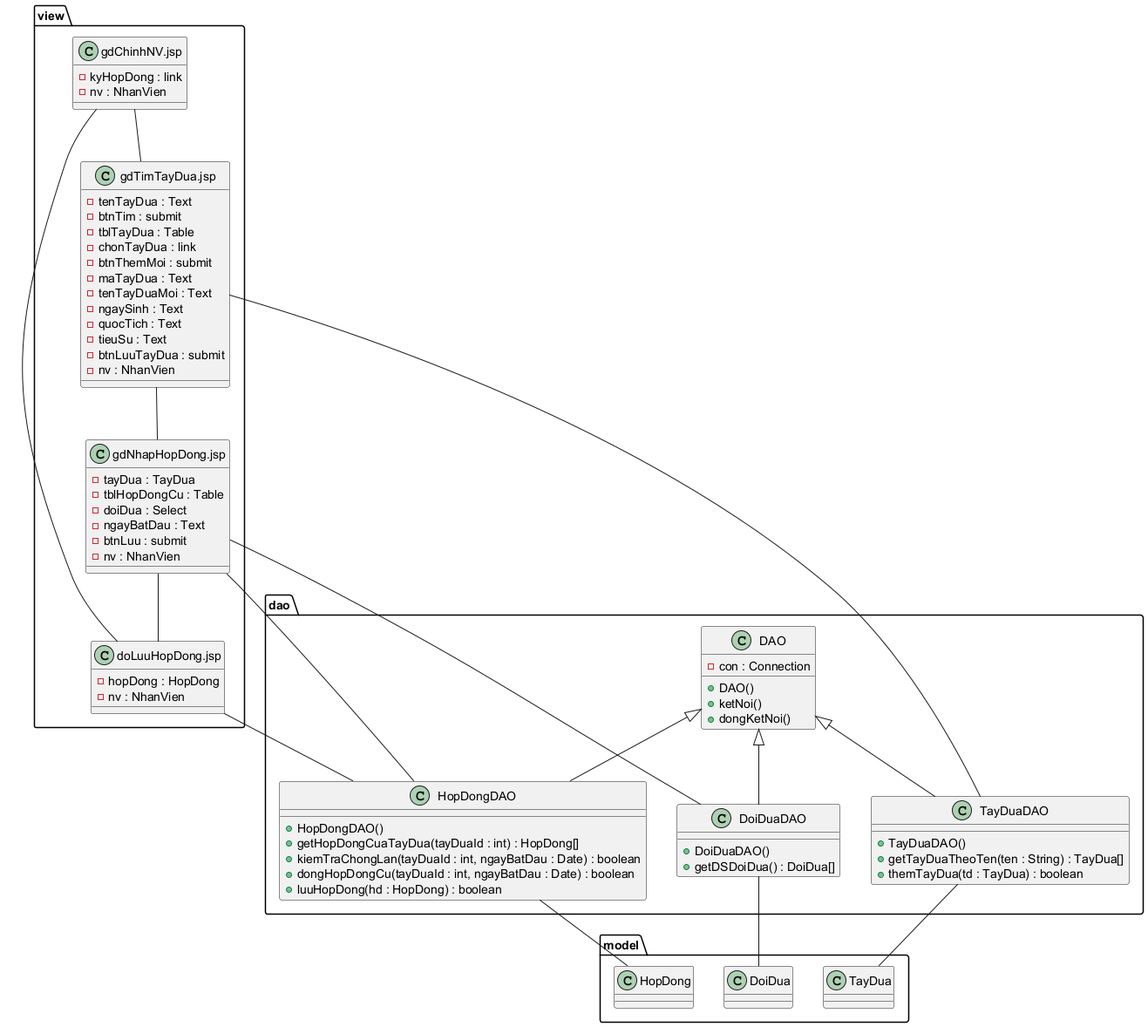
The PlantUML diagram Module 1 - Quan/hinh/ref/5-bieu-do-lop-thiet-ke-view-dao-model.png in 7gho/CNPM-He2026, before a commit. Source of this version:
```plantuml
@startuml
package view {
  class "gdChinhNV.jsp" as gdChinhNV {
    -kyHopDong : link
    -nv : NhanVien
  }
  class "gdTimTayDua.jsp" as gdTimTayDua {
    -tenTayDua : Text
    -btnTim : submit
    -tblTayDua : Table
    -chonTayDua : link
    -btnThemMoi : submit
    -maTayDua : Text
    -tenTayDuaMoi : Text
    -ngaySinh : Text
    -quocTich : Text
    -tieuSu : Text
    -btnLuuTayDua : submit
    -nv : NhanVien
  }
  class "gdNhapHopDong.jsp" as gdNhapHopDong {
    -tayDua : TayDua
    -tblHopDongCu : Table
    -doiDua : Select
    -ngayBatDau : Text
    -btnLuu : submit
    -nv : NhanVien
  }
  class "doLuuHopDong.jsp" as doLuuHopDong {
    -hopDong : HopDong
    -nv : NhanVien
  }
}
package dao {
  class DAO {
    -con : Connection
    +DAO()
    +ketNoi()
    +dongKetNoi()
  }
  class TayDuaDAO {
    +TayDuaDAO()
    +getTayDuaTheoTen(ten : String) : TayDua[]
    +themTayDua(td : TayDua) : boolean
  }
  class DoiDuaDAO {
    +DoiDuaDAO()
    +getDSDoiDua() : DoiDua[]
  }
  class HopDongDAO {
    +HopDongDAO()
    +getHopDongCuaTayDua(tayDuaId : int) : HopDong[]
    +kiemTraChongLan(tayDuaId : int, ngayBatDau : Date) : boolean
    +dongHopDongCu(tayDuaId : int, ngayBatDau : Date) : boolean
    +luuHopDong(hd : HopDong) : boolean
  }
}
package model {
  class TayDua
  class DoiDua
  class HopDong
}
DAO <|-- TayDuaDAO
DAO <|-- DoiDuaDAO
DAO <|-- HopDongDAO
gdChinhNV -- gdTimTayDua
gdTimTayDua -- TayDuaDAO
gdTimTayDua -- gdNhapHopDong
gdNhapHopDong -- DoiDuaDAO
gdNhapHopDong -- HopDongDAO
gdNhapHopDong -- doLuuHopDong
doLuuHopDong -- gdChinhNV
doLuuHopDong -- HopDongDAO
TayDuaDAO -- TayDua
DoiDuaDAO -- DoiDua
HopDongDAO -- HopDong
@enduml
```
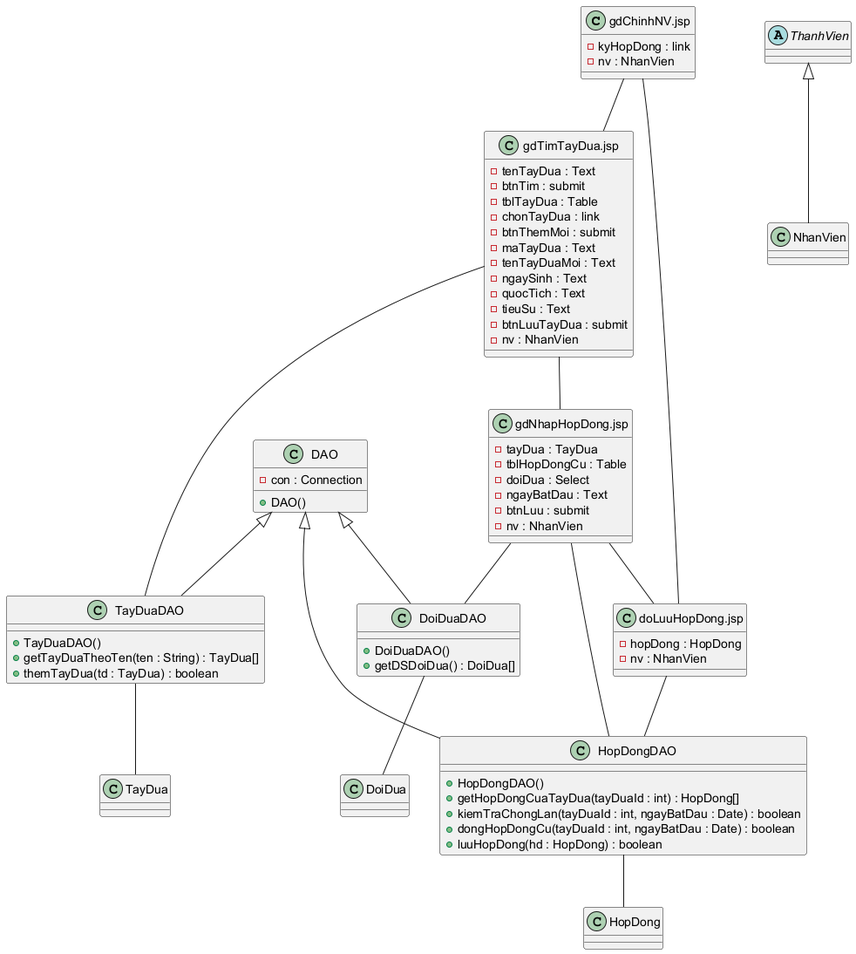
The same diagram one commit later.

What changed in the source:
```diff
@@ -1,65 +1,61 @@
 @startuml
-package view {
-  class "gdChinhNV.jsp" as gdChinhNV {
-    -kyHopDong : link
-    -nv : NhanVien
-  }
-  class "gdTimTayDua.jsp" as gdTimTayDua {
-    -tenTayDua : Text
-    -btnTim : submit
-    -tblTayDua : Table
-    -chonTayDua : link
-    -btnThemMoi : submit
-    -maTayDua : Text
-    -tenTayDuaMoi : Text
-    -ngaySinh : Text
-    -quocTich : Text
-    -tieuSu : Text
-    -btnLuuTayDua : submit
-    -nv : NhanVien
-  }
-  class "gdNhapHopDong.jsp" as gdNhapHopDong {
-    -tayDua : TayDua
-    -tblHopDongCu : Table
-    -doiDua : Select
-    -ngayBatDau : Text
-    -btnLuu : submit
-    -nv : NhanVien
-  }
-  class "doLuuHopDong.jsp" as doLuuHopDong {
-    -hopDong : HopDong
-    -nv : NhanVien
-  }
+class "gdChinhNV.jsp" as gdChinhNV {
+  -kyHopDong : link
+  -nv : NhanVien
 }
-package dao {
-  class DAO {
-    -con : Connection
-    +DAO()
-    +ketNoi()
-    +dongKetNoi()
-  }
-  class TayDuaDAO {
-    +TayDuaDAO()
-    +getTayDuaTheoTen(ten : String) : TayDua[]
-    +themTayDua(td : TayDua) : boolean
-  }
-  class DoiDuaDAO {
-    +DoiDuaDAO()
-    +getDSDoiDua() : DoiDua[]
-  }
-  class HopDongDAO {
-    +HopDongDAO()
-    +getHopDongCuaTayDua(tayDuaId : int) : HopDong[]
-    +kiemTraChongLan(tayDuaId : int, ngayBatDau : Date) : boolean
-    +dongHopDongCu(tayDuaId : int, ngayBatDau : Date) : boolean
-    +luuHopDong(hd : HopDong) : boolean
-  }
+class "gdTimTayDua.jsp" as gdTimTayDua {
+  -tenTayDua : Text
+  -btnTim : submit
+  -tblTayDua : Table
+  -chonTayDua : link
+  -btnThemMoi : submit
+  -maTayDua : Text
+  -tenTayDuaMoi : Text
+  -ngaySinh : Text
+  -quocTich : Text
+  -tieuSu : Text
+  -btnLuuTayDua : submit
+  -nv : NhanVien
 }
-package model {
-  class TayDua
-  class DoiDua
-  class HopDong
+class "gdNhapHopDong.jsp" as gdNhapHopDong {
+  -tayDua : TayDua
+  -tblHopDongCu : Table
+  -doiDua : Select
+  -ngayBatDau : Text
+  -btnLuu : submit
+  -nv : NhanVien
 }
+class "doLuuHopDong.jsp" as doLuuHopDong {
+  -hopDong : HopDong
+  -nv : NhanVien
+}
+class DAO {
+  -con : Connection
+  +DAO()
+}
+class TayDuaDAO {
+  +TayDuaDAO()
+  +getTayDuaTheoTen(ten : String) : TayDua[]
+  +themTayDua(td : TayDua) : boolean
+}
+class DoiDuaDAO {
+  +DoiDuaDAO()
+  +getDSDoiDua() : DoiDua[]
+}
+class HopDongDAO {
+  +HopDongDAO()
+  +getHopDongCuaTayDua(tayDuaId : int) : HopDong[]
+  +kiemTraChongLan(tayDuaId : int, ngayBatDau : Date) : boolean
+  +dongHopDongCu(tayDuaId : int, ngayBatDau : Date) : boolean
+  +luuHopDong(hd : HopDong) : boolean
+}
+class TayDua
+class DoiDua
+class HopDong
+
+abstract class ThanhVien
+class NhanVien
+ThanhVien <|-- NhanVien
 DAO <|-- TayDuaDAO
 DAO <|-- DoiDuaDAO
 DAO <|-- HopDongDAO
```
